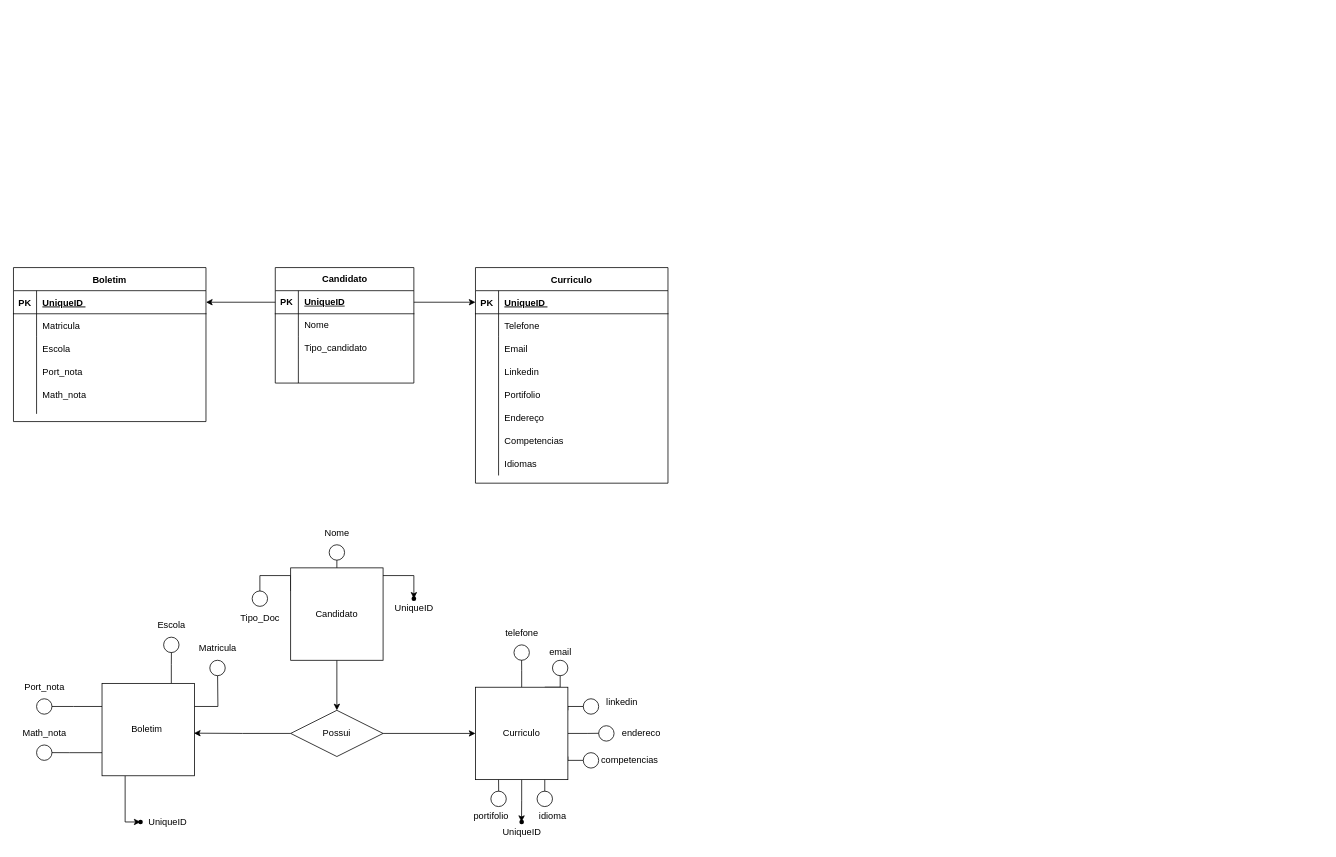
Leonardo-dSouza/meuprojetogit keeps this draw.io diagram as Diagrama sem nome.drawio. Above is the earlier version. Source tidied: cells renumbered, new cells numbered last; positions are measured from the earlier drawing's top-left corner, leaving out a move shared by most shapes. Both pictures are drawn from the tidied source at 77%, with x=0, y=0 at pixel (13, 267).
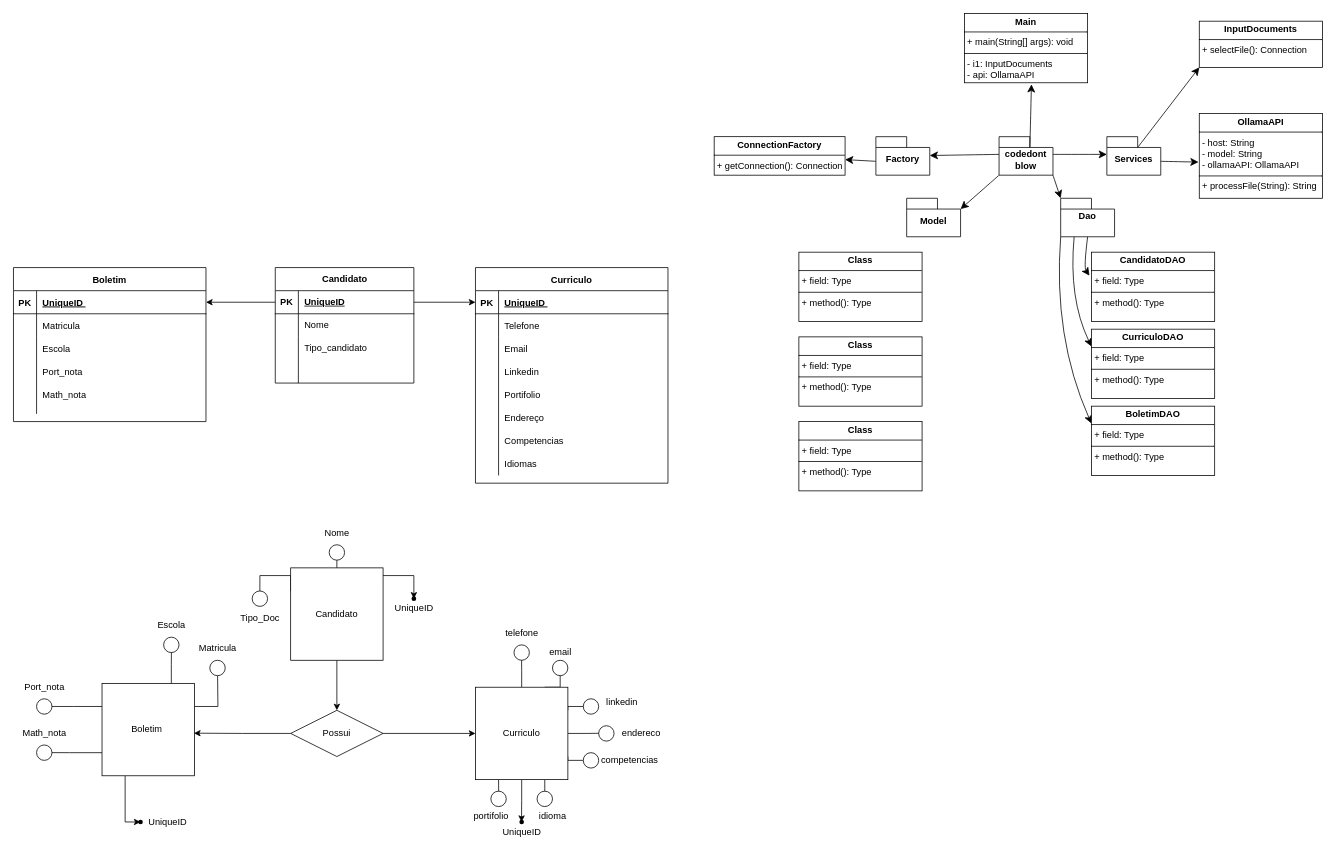
The same diagram, later.

Diff of the diagram source:
```diff
@@
+    <mxCell id="101" style="edgeStyle=none;curved=1;rounded=0;jettySize=auto;html=1;exitX=0;exitY=0;exitDx=0;exitDy=32;exitPerimeter=0;fontSize=12;startSize=8;endSize=8;" parent="1" edge="1" source="102" target="118">
+      <mxGeometry relative="1" as="geometry" />
+    </mxCell>
+    <mxCell id="102" value="Factory" style="shape=folder;fontStyle=1;spacingTop=10;tabWidth=40;tabHeight=14;tabPosition=left;html=1;whiteSpace=wrap;" parent="1" vertex="1">
+      <mxGeometry x="1120" y="-170" width="70" height="50" as="geometry" />
+    </mxCell>
+    <mxCell id="103" style="edgeStyle=none;curved=1;rounded=0;jettySize=auto;html=1;exitX=0.5;exitY=1;exitDx=0;exitDy=0;exitPerimeter=0;fontSize=12;startSize=8;endSize=8;entryX=-0.016;entryY=0.339;entryDx=0;entryDy=0;entryPerimeter=0;" parent="1" edge="1" source="106" target="119">
+      <mxGeometry relative="1" as="geometry">
+        <Array as="points">
+          <mxPoint x="1390" />
+        </Array>
+      </mxGeometry>
+    </mxCell>
+    <mxCell id="104" style="edgeStyle=none;curved=1;rounded=0;jettySize=auto;html=1;exitX=0.25;exitY=1;exitDx=0;exitDy=0;exitPerimeter=0;entryX=0;entryY=0.25;entryDx=0;entryDy=0;fontSize=12;startSize=8;endSize=8;" parent="1" edge="1" source="106" target="123">
+      <mxGeometry relative="1" as="geometry">
+        <Array as="points">
+          <mxPoint x="1370" y="40" />
+        </Array>
+      </mxGeometry>
+    </mxCell>
+    <mxCell id="105" style="edgeStyle=none;curved=1;rounded=0;jettySize=auto;html=1;exitX=0;exitY=0;exitDx=0;exitDy=50;exitPerimeter=0;entryX=0;entryY=0.25;entryDx=0;entryDy=0;fontSize=12;startSize=8;endSize=8;" parent="1" edge="1" source="106" target="124">
+      <mxGeometry relative="1" as="geometry">
+        <Array as="points">
+          <mxPoint x="1350" y="90" />
+        </Array>
+      </mxGeometry>
+    </mxCell>
+    <mxCell id="106" value="Dao&lt;div&gt;&amp;nbsp;&lt;/div&gt;" style="shape=folder;fontStyle=1;spacingTop=10;tabWidth=40;tabHeight=14;tabPosition=left;html=1;whiteSpace=wrap;" parent="1" vertex="1">
+      <mxGeometry x="1360" y="-90" width="70" height="50" as="geometry" />
+    </mxCell>
+    <mxCell id="107" value="Model" style="shape=folder;fontStyle=1;spacingTop=10;tabWidth=40;tabHeight=14;tabPosition=left;html=1;whiteSpace=wrap;" parent="1" vertex="1">
+      <mxGeometry x="1160" y="-90" width="70" height="50" as="geometry" />
+    </mxCell>
+    <mxCell id="108" style="edgeStyle=none;curved=1;rounded=0;jettySize=auto;html=1;exitX=0;exitY=0;exitDx=40;exitDy=14;exitPerimeter=0;entryX=0;entryY=1;entryDx=0;entryDy=0;fontSize=12;startSize=8;endSize=8;" parent="1" edge="1" source="109" target="115">
+      <mxGeometry relative="1" as="geometry" />
+    </mxCell>
+    <mxCell id="109" value="Services" style="shape=folder;fontStyle=1;spacingTop=10;tabWidth=40;tabHeight=14;tabPosition=left;html=1;whiteSpace=wrap;" parent="1" vertex="1">
+      <mxGeometry x="1420" y="-170" width="70" height="50" as="geometry" />
+    </mxCell>
+    <mxCell id="110" style="edgeStyle=none;curved=1;rounded=0;jettySize=auto;html=1;exitX=0;exitY=0;exitDx=0;exitDy=23;exitPerimeter=0;fontSize=12;startSize=8;endSize=8;" parent="1" edge="1" source="111" target="102">
+      <mxGeometry relative="1" as="geometry" />
+    </mxCell>
+    <mxCell id="111" value="codedont&lt;div&gt;blow&lt;/div&gt;" style="shape=folder;fontStyle=1;spacingTop=10;tabWidth=40;tabHeight=14;tabPosition=left;html=1;whiteSpace=wrap;" parent="1" vertex="1">
+      <mxGeometry x="1280" y="-170" width="70" height="50" as="geometry" />
+    </mxCell>
+    <mxCell id="112" value="&lt;p style=&quot;margin:0px;margin-top:4px;text-align:center;&quot;&gt;&lt;b&gt;Main&lt;/b&gt;&lt;/p&gt;&lt;hr size=&quot;1&quot; style=&quot;border-style:solid;&quot;&gt;&lt;p style=&quot;margin:0px;margin-left:4px;&quot;&gt;+ main(String[] args): void&lt;/p&gt;&lt;hr size=&quot;1&quot; style=&quot;border-style:solid;&quot;&gt;&lt;p style=&quot;margin:0px;margin-left:4px;&quot;&gt;- i1: InputDocuments&lt;/p&gt;&lt;p style=&quot;margin:0px;margin-left:4px;&quot;&gt;- api: OllamaAPI&lt;/p&gt;" style="verticalAlign=top;align=left;overflow=fill;html=1;whiteSpace=wrap;" parent="1" vertex="1">
+      <mxGeometry x="1235" y="-330" width="160" height="90" as="geometry" />
+    </mxCell>
+    <mxCell id="113" style="edgeStyle=none;curved=1;rounded=0;jettySize=auto;html=1;exitX=0;exitY=0;exitDx=40;exitDy=14;exitPerimeter=0;entryX=0.544;entryY=1.022;entryDx=0;entryDy=0;entryPerimeter=0;fontSize=12;startSize=8;endSize=8;" parent="1" edge="1" source="111" target="112">
+      <mxGeometry relative="1" as="geometry" />
+    </mxCell>
+    <mxCell id="114" style="edgeStyle=none;curved=1;rounded=0;orthogonalLoop=1;jettySize=auto;html=1;exitX=1;exitY=0.5;exitDx=0;exitDy=0;fontSize=12;startSize=8;endSize=8;" parent="1" edge="1" source="112" target="112">
+      <mxGeometry relative="1" as="geometry" />
+    </mxCell>
+    <mxCell id="115" value="&lt;p style=&quot;margin:0px;margin-top:4px;text-align:center;&quot;&gt;&lt;b&gt;InputDocuments&lt;/b&gt;&lt;/p&gt;&lt;hr size=&quot;1&quot; style=&quot;border-style:solid;&quot;&gt;&lt;p style=&quot;margin:0px;margin-left:4px;&quot;&gt;+ selectFile(): Connection&lt;/p&gt;" style="verticalAlign=top;align=left;overflow=fill;html=1;whiteSpace=wrap;" parent="1" vertex="1">
+      <mxGeometry x="1540" y="-320" width="160" height="60" as="geometry" />
+    </mxCell>
+    <mxCell id="116" value="&lt;p style=&quot;margin:0px;margin-top:4px;text-align:center;&quot;&gt;&lt;b&gt;OllamaAPI&lt;/b&gt;&lt;/p&gt;&lt;hr size=&quot;1&quot; style=&quot;border-style:solid;&quot;&gt;&lt;p style=&quot;margin:0px;margin-left:4px;&quot;&gt;- host: String&lt;/p&gt;&lt;p style=&quot;margin:0px;margin-left:4px;&quot;&gt;- model: String&lt;/p&gt;&lt;p style=&quot;margin:0px;margin-left:4px;&quot;&gt;- ollamaAPI: OllamaAPI&lt;/p&gt;&lt;hr size=&quot;1&quot; style=&quot;border-style:solid;&quot;&gt;&lt;p style=&quot;margin:0px;margin-left:4px;&quot;&gt;+ processFile(String): String&lt;/p&gt;" style="verticalAlign=top;align=left;overflow=fill;html=1;whiteSpace=wrap;" parent="1" vertex="1">
+      <mxGeometry x="1540" y="-200" width="160" height="110" as="geometry" />
+    </mxCell>
+    <mxCell id="117" style="edgeStyle=none;curved=1;rounded=0;jettySize=auto;html=1;exitX=0;exitY=0;exitDx=70;exitDy=32;exitPerimeter=0;entryX=-0.006;entryY=0.573;entryDx=0;entryDy=0;entryPerimeter=0;fontSize=12;startSize=8;endSize=8;" parent="1" edge="1" source="109" target="116">
+      <mxGeometry relative="1" as="geometry" />
+    </mxCell>
+    <mxCell id="118" value="&lt;p style=&quot;margin:0px;margin-top:4px;text-align:center;&quot;&gt;&lt;b&gt;ConnectionFactory&lt;/b&gt;&lt;/p&gt;&lt;hr size=&quot;1&quot; style=&quot;border-style:solid;&quot;&gt;&lt;p style=&quot;margin:0px;margin-left:4px;&quot;&gt;+ getConnection(): Connection&lt;/p&gt;" style="verticalAlign=top;align=left;overflow=fill;html=1;whiteSpace=wrap;" parent="1" vertex="1">
+      <mxGeometry x="910" y="-170" width="170" height="50" as="geometry" />
+    </mxCell>
+    <mxCell id="119" value="&lt;p style=&quot;margin:0px;margin-top:4px;text-align:center;&quot;&gt;&lt;b&gt;CandidatoDAO&lt;/b&gt;&lt;/p&gt;&lt;hr size=&quot;1&quot; style=&quot;border-style:solid;&quot;&gt;&lt;p style=&quot;margin:0px;margin-left:4px;&quot;&gt;+ field: Type&lt;/p&gt;&lt;hr size=&quot;1&quot; style=&quot;border-style:solid;&quot;&gt;&lt;p style=&quot;margin:0px;margin-left:4px;&quot;&gt;+ method(): Type&lt;/p&gt;" style="verticalAlign=top;align=left;overflow=fill;html=1;whiteSpace=wrap;" parent="1" vertex="1">
+      <mxGeometry x="1400" y="-20" width="160" height="90" as="geometry" />
+    </mxCell>
+    <mxCell id="120" style="edgeStyle=none;curved=1;rounded=0;jettySize=auto;html=1;exitX=0;exitY=0;exitDx=0;exitDy=50;exitPerimeter=0;entryX=0;entryY=0;entryDx=70;entryDy=14;entryPerimeter=0;fontSize=12;startSize=8;endSize=8;" parent="1" edge="1" source="111" target="107">
+      <mxGeometry relative="1" as="geometry" />
+    </mxCell>
+    <mxCell id="121" style="edgeStyle=none;curved=1;rounded=0;jettySize=auto;html=1;exitX=0;exitY=0;exitDx=70;exitDy=23;exitPerimeter=0;entryX=0;entryY=0;entryDx=0;entryDy=23;entryPerimeter=0;fontSize=12;startSize=8;endSize=8;" parent="1" edge="1" source="111" target="109">
+      <mxGeometry relative="1" as="geometry" />
+    </mxCell>
+    <mxCell id="122" style="edgeStyle=none;curved=1;rounded=0;jettySize=auto;html=1;exitX=0;exitY=0;exitDx=70;exitDy=50;exitPerimeter=0;entryX=0;entryY=0;entryDx=0;entryDy=0;entryPerimeter=0;fontSize=12;startSize=8;endSize=8;" parent="1" edge="1" source="111" target="106">
+      <mxGeometry relative="1" as="geometry" />
+    </mxCell>
+    <mxCell id="123" value="&lt;p style=&quot;margin:0px;margin-top:4px;text-align:center;&quot;&gt;&lt;b&gt;CurriculoDAO&lt;/b&gt;&lt;/p&gt;&lt;hr size=&quot;1&quot; style=&quot;border-style:solid;&quot;&gt;&lt;p style=&quot;margin:0px;margin-left:4px;&quot;&gt;+ field: Type&lt;/p&gt;&lt;hr size=&quot;1&quot; style=&quot;border-style:solid;&quot;&gt;&lt;p style=&quot;margin:0px;margin-left:4px;&quot;&gt;+ method(): Type&lt;/p&gt;" style="verticalAlign=top;align=left;overflow=fill;html=1;whiteSpace=wrap;" parent="1" vertex="1">
+      <mxGeometry x="1400" y="80" width="160" height="90" as="geometry" />
+    </mxCell>
+    <mxCell id="124" value="&lt;p style=&quot;margin:0px;margin-top:4px;text-align:center;&quot;&gt;&lt;b&gt;BoletimDAO&lt;/b&gt;&lt;/p&gt;&lt;hr size=&quot;1&quot; style=&quot;border-style:solid;&quot;&gt;&lt;p style=&quot;margin:0px;margin-left:4px;&quot;&gt;+ field: Type&amp;nbsp;&lt;/p&gt;&lt;hr size=&quot;1&quot; style=&quot;border-style:solid;&quot;&gt;&lt;p style=&quot;margin:0px;margin-left:4px;&quot;&gt;+ method(): Type&lt;/p&gt;" style="verticalAlign=top;align=left;overflow=fill;html=1;whiteSpace=wrap;" parent="1" vertex="1">
+      <mxGeometry x="1400" y="180" width="160" height="90" as="geometry" />
+    </mxCell>
+    <mxCell id="125" value="&lt;p style=&quot;margin:0px;margin-top:4px;text-align:center;&quot;&gt;&lt;b&gt;Class&lt;/b&gt;&lt;/p&gt;&lt;hr size=&quot;1&quot; style=&quot;border-style:solid;&quot;/&gt;&lt;p style=&quot;margin:0px;margin-left:4px;&quot;&gt;+ field: Type&lt;/p&gt;&lt;hr size=&quot;1&quot; style=&quot;border-style:solid;&quot;/&gt;&lt;p style=&quot;margin:0px;margin-left:4px;&quot;&gt;+ method(): Type&lt;/p&gt;" style="verticalAlign=top;align=left;overflow=fill;html=1;whiteSpace=wrap;" parent="1" vertex="1">
+      <mxGeometry x="1020" y="-20" width="160" height="90" as="geometry" />
+    </mxCell>
+    <mxCell id="126" value="&lt;p style=&quot;margin:0px;margin-top:4px;text-align:center;&quot;&gt;&lt;b&gt;Class&lt;/b&gt;&lt;/p&gt;&lt;hr size=&quot;1&quot; style=&quot;border-style:solid;&quot;/&gt;&lt;p style=&quot;margin:0px;margin-left:4px;&quot;&gt;+ field: Type&lt;/p&gt;&lt;hr size=&quot;1&quot; style=&quot;border-style:solid;&quot;/&gt;&lt;p style=&quot;margin:0px;margin-left:4px;&quot;&gt;+ method(): Type&lt;/p&gt;" style="verticalAlign=top;align=left;overflow=fill;html=1;whiteSpace=wrap;" parent="1" vertex="1">
+      <mxGeometry x="1020" y="90" width="160" height="90" as="geometry" />
+    </mxCell>
+    <mxCell id="127" value="&lt;p style=&quot;margin:0px;margin-top:4px;text-align:center;&quot;&gt;&lt;b&gt;Class&lt;/b&gt;&lt;/p&gt;&lt;hr size=&quot;1&quot; style=&quot;border-style:solid;&quot;/&gt;&lt;p style=&quot;margin:0px;margin-left:4px;&quot;&gt;+ field: Type&lt;/p&gt;&lt;hr size=&quot;1&quot; style=&quot;border-style:solid;&quot;/&gt;&lt;p style=&quot;margin:0px;margin-left:4px;&quot;&gt;+ method(): Type&lt;/p&gt;" style="verticalAlign=top;align=left;overflow=fill;html=1;whiteSpace=wrap;" parent="1" vertex="1">
+      <mxGeometry x="1020" y="200" width="160" height="90" as="geometry" />
+    </mxCell>
```
